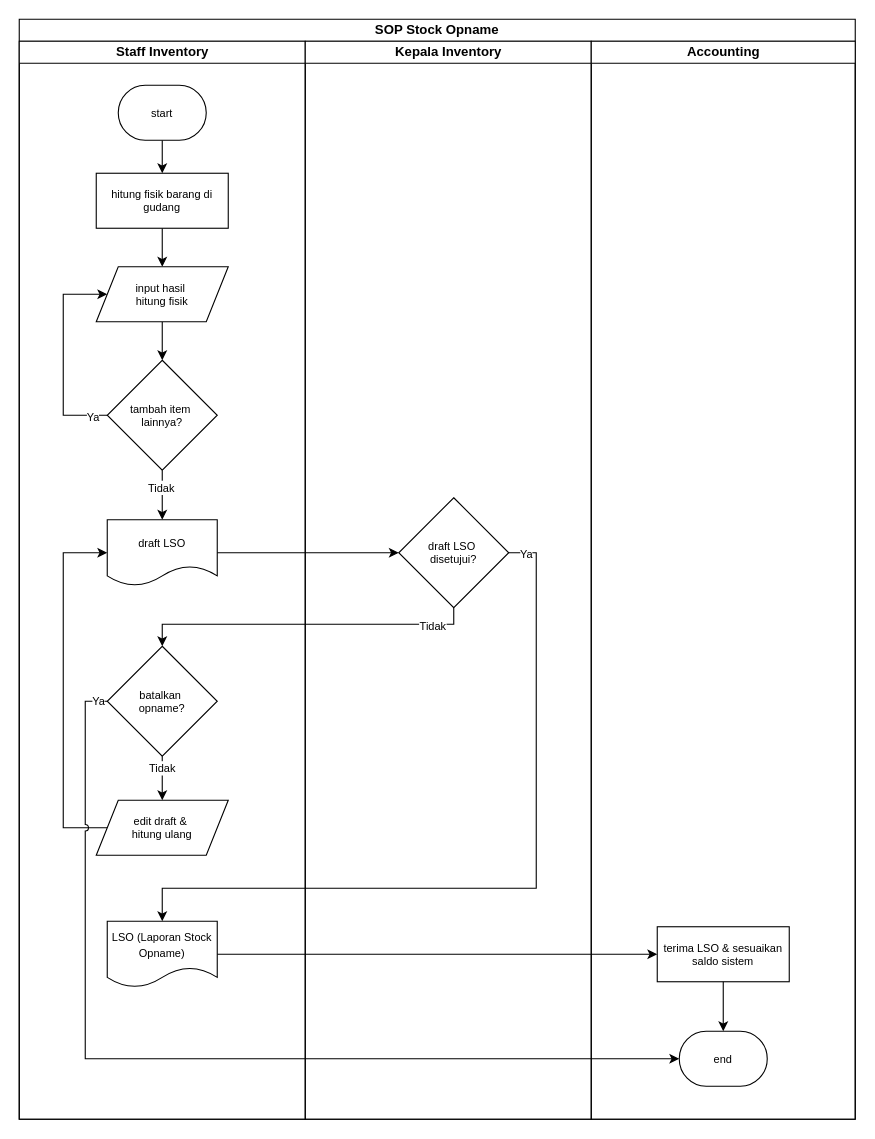
elikawicaksana/BuildIT_BasisData keeps this draw.io diagram as page "SOP Stock Opname" (7 of 7) of UAS_ADSI.drawio. Above is the earlier version. Source tidied: cells renumbered, new cells numbered last; positions are measured from the earlier drawing's top-left corner, leaving out a move shared by most shapes. Both pictures are drawn from the tidied source at 110%, with x=0, y=0 at pixel (19, 19).
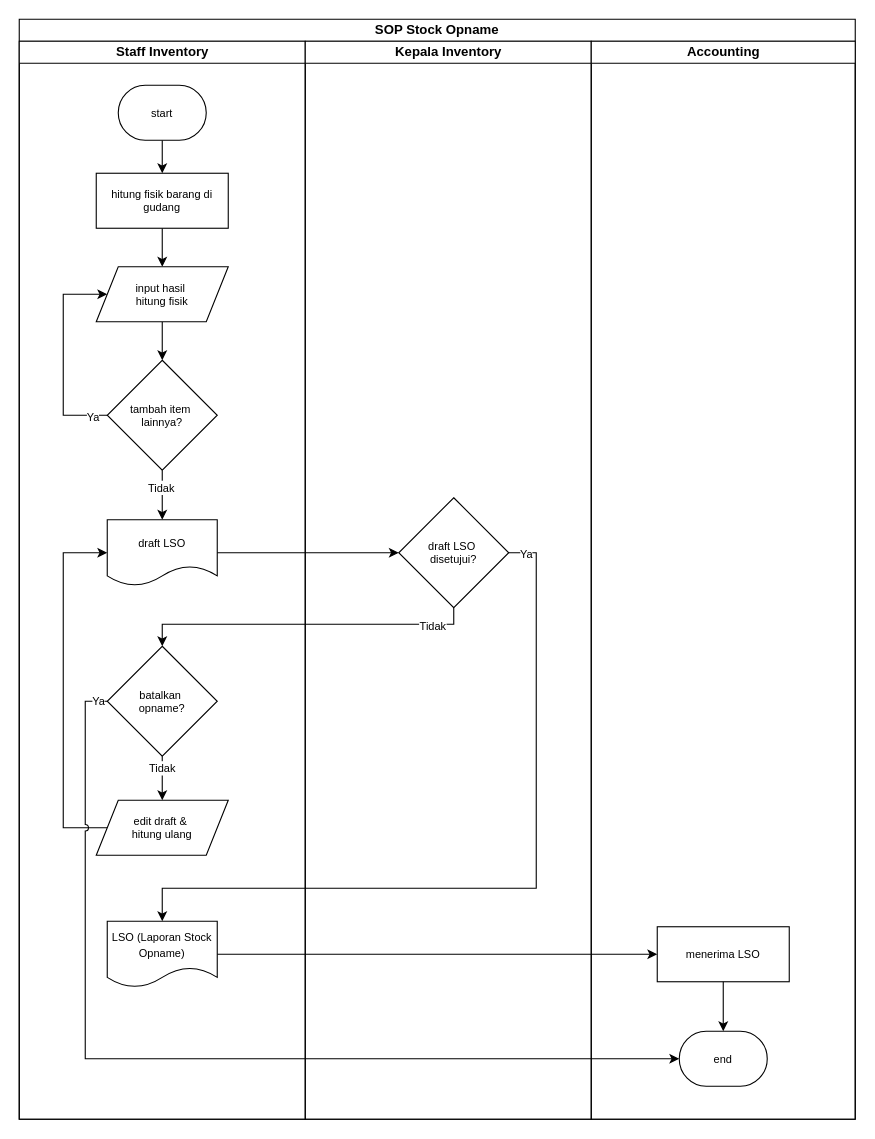
After the change.

Unchanged cells that the change refers to:
```xml
<mxCell id="24" value="Accounting" style="swimlane;html=1;startSize=20;" parent="2" vertex="1">
  <mxGeometry x="520" y="20" width="240" height="980" as="geometry" />
</mxCell>
```

Diff of the diagram source:
```diff
@@
-    <mxCell id="26" value="terima LSO &amp;amp; sesuaikan saldo sistem" style="rounded=0;whiteSpace=wrap;html=1;absoluteArcSize=1;arcSize=7;strokeWidth=1;fontSize=10;" parent="24" vertex="1">
+    <mxCell id="26" value="menerima LSO" style="rounded=0;whiteSpace=wrap;html=1;absoluteArcSize=1;arcSize=7;strokeWidth=1;fontSize=10;" parent="24" vertex="1">
       <mxGeometry x="60" y="805" width="120" height="50" as="geometry" />
     </mxCell>
```
